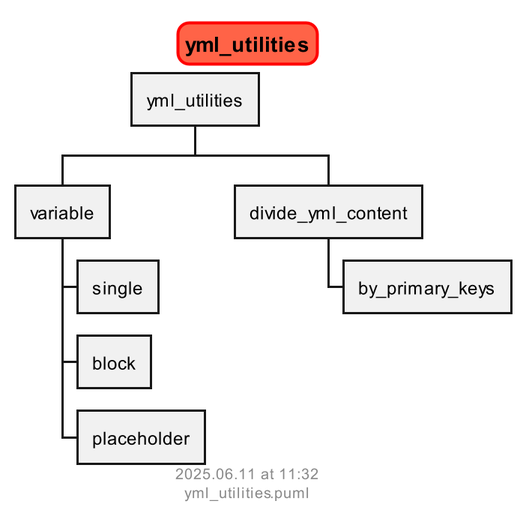
Above: docs/modules/yml_utilities/yml_utilities.png in vamseeachanta/assetutilities (PlantUML), before the change.
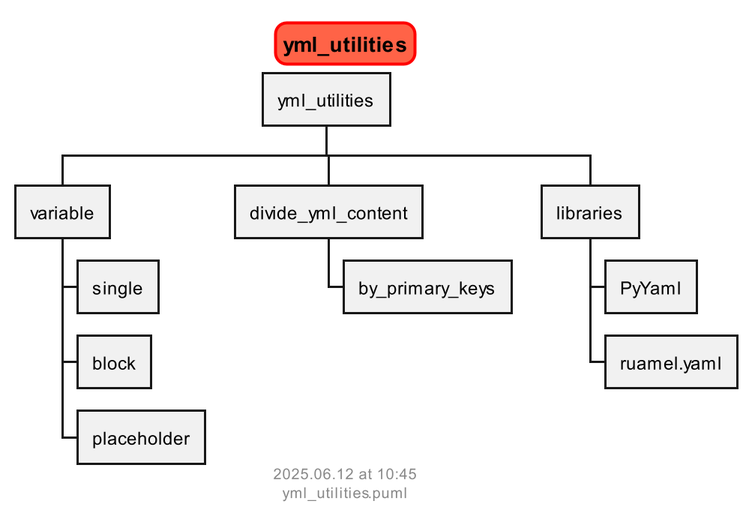
Above is the later version.

The edit, as a diff of the source:
```diff
@@ -19,6 +19,10 @@
 ** divide_yml_content
 *** by_primary_keys
 
+** libraries
+*** PyYaml
+*** ruamel.yaml
+
 
 footer
 %date("yyyy.MM.dd' at 'HH:mm")
```
